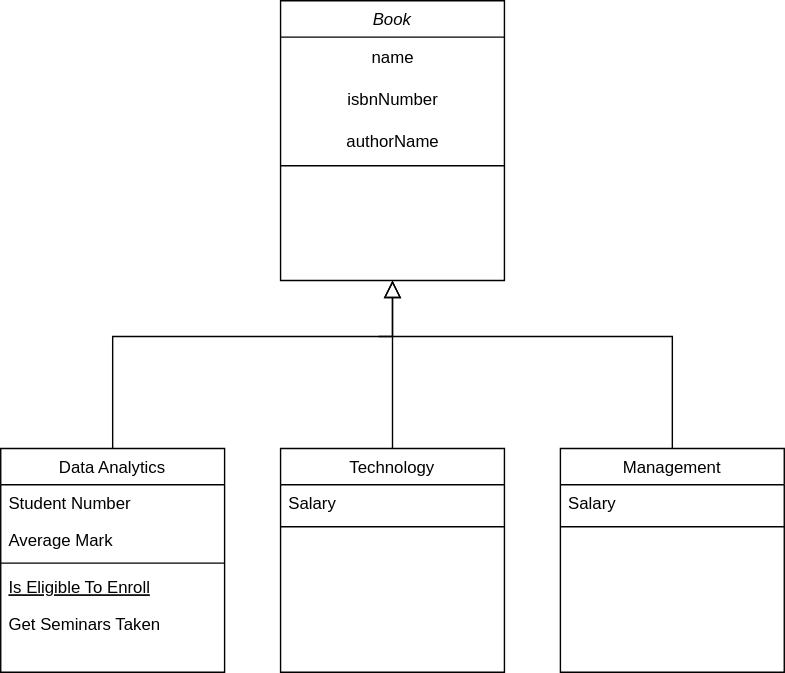
Earlier version of the draw.io export diagrams/Class Diagram.drawio.svg (basit-budroo/library-management-system). Source tidied: cells renumbered, new cells last; positions are measured from the earlier drawing's top-left corner, leaving out a move shared by most shapes.
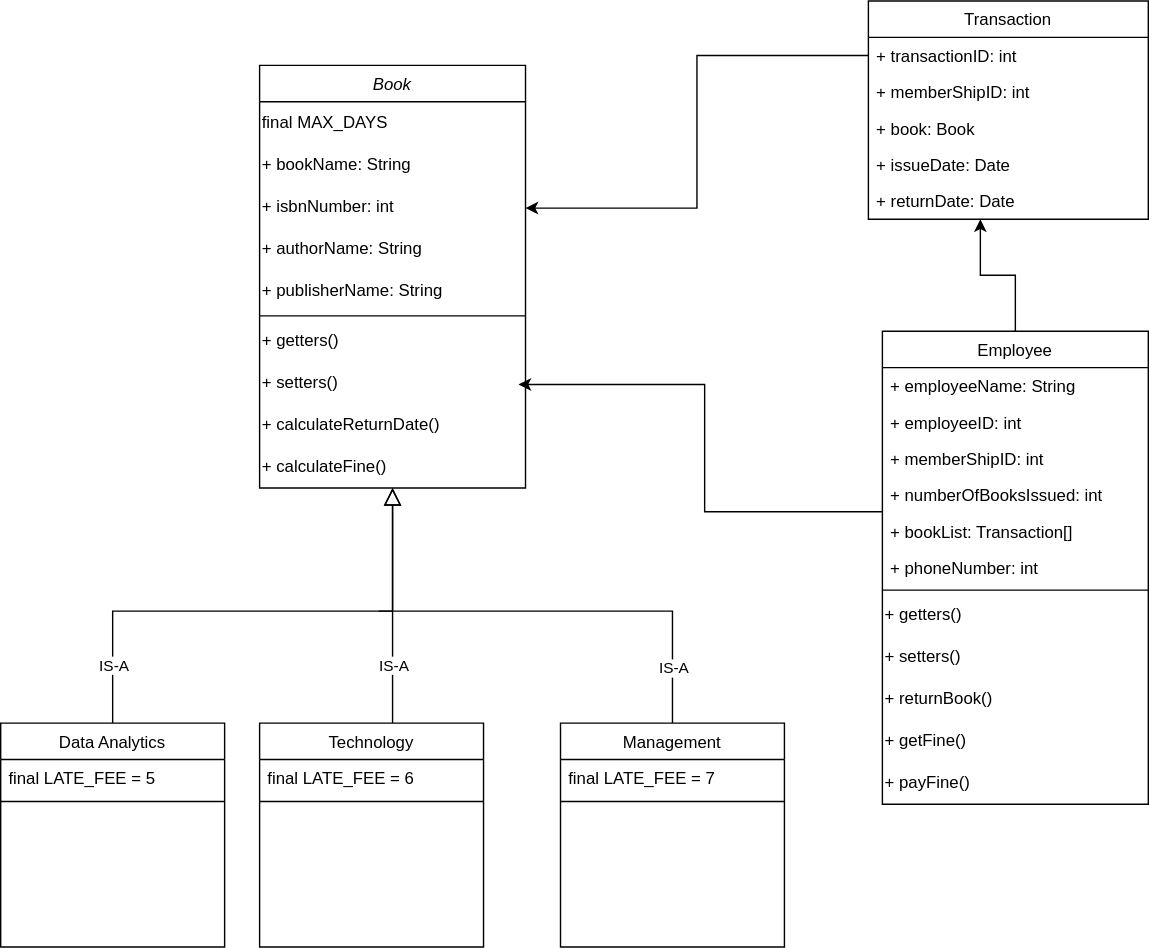
After the commit.

What changed in the source:
```diff
@@ -3,49 +3,64 @@
     <mxCell id="0" />
     <mxCell id="1" parent="0" />
     <mxCell id="2" value="Book" style="swimlane;fontStyle=2;align=center;verticalAlign=top;horizontal=1;startSize=26;rounded=0;shadow=0;strokeWidth=1;" parent="1" vertex="1">
-      <mxGeometry x="200" width="160" height="200" as="geometry" />
+      <mxGeometry x="185" y="-150" width="190" height="302" as="geometry" />
     </mxCell>
-    <mxCell id="3" value="name" style="text;html=1;align=center;verticalAlign=middle;strokeColor=none;fillColor=none;" parent="2" vertex="1">
-      <mxGeometry y="26" width="160" height="30" as="geometry" />
+    <mxCell id="3" value="final MAX_DAYS" style="text;html=1;align=left;verticalAlign=middle;strokeColor=none;fillColor=none;" parent="2" vertex="1">
+      <mxGeometry y="26" width="190" height="30" as="geometry" />
     </mxCell>
+    <mxCell id="22" value="+ bookName: String" style="text;html=1;align=left;verticalAlign=middle;strokeColor=none;fillColor=none;" parent="2" vertex="1">
+      <mxGeometry y="56" width="190" height="30" as="geometry" />
+    </mxCell>
-    <mxCell id="4" value="isbnNumber" style="text;html=1;align=center;verticalAlign=middle;points=[];strokeColor=none;fillColor=none;" parent="2" vertex="1">
-      <mxGeometry y="56" width="160" height="30" as="geometry" />
+    <mxCell id="4" value="+ isbnNumber: int" style="text;html=1;align=left;verticalAlign=middle;points=[];strokeColor=none;fillColor=none;" parent="2" vertex="1">
+      <mxGeometry y="86" width="190" height="30" as="geometry" />
     </mxCell>
-    <mxCell id="5" value="authorName" style="text;html=1;align=center;verticalAlign=middle;strokeColor=none;fillColor=none;" parent="2" vertex="1">
-      <mxGeometry y="86" width="160" height="30" as="geometry" />
+    <mxCell id="5" value="&lt;span style=&quot;&quot;&gt;+ authorName: String&lt;/span&gt;" style="text;html=1;align=left;verticalAlign=middle;strokeColor=none;fillColor=none;" parent="2" vertex="1">
+      <mxGeometry y="116" width="190" height="30" as="geometry" />
     </mxCell>
+    <mxCell id="23" value="&lt;span style=&quot;&quot;&gt;+ publisherName: String&lt;/span&gt;" style="text;html=1;align=left;verticalAlign=middle;strokeColor=none;fillColor=none;" parent="2" vertex="1">
+      <mxGeometry y="146" width="190" height="30" as="geometry" />
+    </mxCell>
     <mxCell id="6" style="line;html=1;strokeWidth=1;align=left;verticalAlign=middle;spacingTop=-1;spacingLeft=3;spacingRight=3;labelPosition=right;" parent="2" vertex="1">
-      <mxGeometry y="116" width="160" height="4" as="geometry" />
+      <mxGeometry y="176" width="190" height="6" as="geometry" />
     </mxCell>
+    <mxCell id="24" value="&lt;div style=&quot;&quot;&gt;&lt;span style=&quot;background-color: initial;&quot;&gt;+ getters()&lt;/span&gt;&lt;/div&gt;" style="text;html=1;align=left;verticalAlign=middle;strokeColor=none;fillColor=none;" parent="2" vertex="1">
+      <mxGeometry y="182" width="190" height="30" as="geometry" />
+    </mxCell>
+    <mxCell id="25" value="&lt;div style=&quot;&quot;&gt;&lt;span style=&quot;background-color: initial;&quot;&gt;+ setters()&lt;/span&gt;&lt;/div&gt;" style="text;html=1;align=left;verticalAlign=middle;strokeColor=none;fillColor=none;" parent="2" vertex="1">
+      <mxGeometry y="212" width="190" height="30" as="geometry" />
+    </mxCell>
+    <mxCell id="26" value="&lt;div style=&quot;&quot;&gt;&lt;span style=&quot;background-color: initial;&quot;&gt;+ calculateReturnDate()&lt;/span&gt;&lt;/div&gt;" style="text;html=1;align=left;verticalAlign=middle;strokeColor=none;fillColor=none;" parent="2" vertex="1">
+      <mxGeometry y="242" width="190" height="30" as="geometry" />
+    </mxCell>
+    <mxCell id="27" value="&lt;div style=&quot;&quot;&gt;&lt;span style=&quot;background-color: initial;&quot;&gt;+ calculateFine()&lt;/span&gt;&lt;/div&gt;" style="text;html=1;align=left;verticalAlign=middle;strokeColor=none;fillColor=none;" parent="2" vertex="1">
+      <mxGeometry y="272" width="190" height="30" as="geometry" />
+    </mxCell>
     <mxCell id="7" value="Data Analytics" style="swimlane;fontStyle=0;align=center;verticalAlign=top;horizontal=1;startSize=26;rounded=0;shadow=0;strokeWidth=1;" parent="1" vertex="1">
       <mxGeometry y="320" width="160" height="160" as="geometry" />
     </mxCell>
-    <mxCell id="8" value="Student Number" style="text;align=left;verticalAlign=top;spacingLeft=4;spacingRight=4;overflow=hidden;" parent="7" vertex="1">
+    <mxCell id="8" value="final LATE_FEE = 5" style="text;align=left;verticalAlign=top;spacingLeft=4;spacingRight=4;overflow=hidden;" parent="7" vertex="1">
       <mxGeometry y="26" width="160" height="26" as="geometry" />
     </mxCell>
-    <mxCell id="9" value="Average Mark" style="text;align=left;verticalAlign=top;spacingLeft=4;spacingRight=4;overflow=hidden;rounded=0;shadow=0;html=0;" parent="7" vertex="1">
-      <mxGeometry y="52" width="160" height="26" as="geometry" />
-    </mxCell>
     <mxCell id="10" style="line;html=1;strokeWidth=1;align=left;verticalAlign=middle;spacingTop=-1;spacingLeft=3;spacingRight=3;labelPosition=right;" parent="7" vertex="1">
-      <mxGeometry y="78" width="160" height="8" as="geometry" />
+      <mxGeometry y="52" width="160" height="8" as="geometry" />
     </mxCell>
-    <mxCell id="11" value="Is Eligible To Enroll" style="text;align=left;verticalAlign=top;spacingLeft=4;spacingRight=4;overflow=hidden;fontStyle=4;" parent="7" vertex="1">
-      <mxGeometry y="86" width="160" height="26" as="geometry" />
-    </mxCell>
-    <mxCell id="12" value="Get Seminars Taken" style="text;align=left;verticalAlign=top;spacingLeft=4;spacingRight=4;overflow=hidden;" parent="7" vertex="1">
-      <mxGeometry y="112" width="160" height="26" as="geometry" />
-    </mxCell>
     <mxCell id="13" style="endArrow=block;endSize=10;endFill=0;shadow=0;strokeWidth=1;rounded=0;edgeStyle=elbowEdgeStyle;elbow=vertical;" parent="1" edge="1" source="7" target="2">
       <mxGeometry relative="1" as="geometry">
         <Array as="points">
+          <mxPoint x="280" y="240" />
+          <mxPoint x="190" y="240" />
+          <mxPoint x="280" y="180" />
           <mxPoint x="180" y="240" />
         </Array>
       </mxGeometry>
     </mxCell>
+    <mxCell id="28" value="IS-A" style="edgeLabel;html=1;align=center;verticalAlign=middle;" parent="13" vertex="1">
+      <mxGeometry x="-0.77" relative="1" as="geometry" />
+    </mxCell>
     <mxCell id="14" value="Technology" style="swimlane;fontStyle=0;align=center;verticalAlign=top;horizontal=1;startSize=26;rounded=0;shadow=0;strokeWidth=1;" parent="1" vertex="1">
-      <mxGeometry x="200" y="320" width="160" height="160" as="geometry" />
+      <mxGeometry x="185" y="320" width="160" height="160" as="geometry" />
     </mxCell>
-    <mxCell id="15" value="Salary" style="text;align=left;verticalAlign=top;spacingLeft=4;spacingRight=4;overflow=hidden;" parent="14" vertex="1">
+    <mxCell id="15" value="final LATE_FEE = 6" style="text;align=left;verticalAlign=top;spacingLeft=4;spacingRight=4;overflow=hidden;" parent="14" vertex="1">
       <mxGeometry y="26" width="160" height="26" as="geometry" />
     </mxCell>
     <mxCell id="16" style="line;html=1;strokeWidth=1;align=left;verticalAlign=middle;spacingTop=-1;spacingLeft=3;spacingRight=3;labelPosition=right;" parent="14" vertex="1">
@@ -58,10 +73,15 @@
         </Array>
       </mxGeometry>
     </mxCell>
+    <mxCell id="29" value="IS-A" style="edgeLabel;html=1;align=center;verticalAlign=middle;" parent="17" vertex="1">
+      <mxGeometry x="-0.03" relative="1" as="geometry">
+        <mxPoint y="40" as="offset" />
+      </mxGeometry>
+    </mxCell>
     <mxCell id="18" value="Management" style="swimlane;fontStyle=0;align=center;verticalAlign=top;horizontal=1;startSize=26;rounded=0;shadow=0;strokeWidth=1;" parent="1" vertex="1">
       <mxGeometry x="400" y="320" width="160" height="160" as="geometry" />
     </mxCell>
-    <mxCell id="19" value="Salary" style="text;align=left;verticalAlign=top;spacingLeft=4;spacingRight=4;overflow=hidden;" parent="18" vertex="1">
+    <mxCell id="19" value="final LATE_FEE = 7" style="text;align=left;verticalAlign=top;spacingLeft=4;spacingRight=4;overflow=hidden;" parent="18" vertex="1">
       <mxGeometry y="26" width="160" height="26" as="geometry" />
     </mxCell>
     <mxCell id="20" style="line;html=1;strokeWidth=1;align=left;verticalAlign=middle;spacingTop=-1;spacingLeft=3;spacingRight=3;labelPosition=right;" parent="18" vertex="1">
@@ -75,5 +95,82 @@
         </Array>
       </mxGeometry>
     </mxCell>
+    <mxCell id="30" value="IS-A" style="edgeLabel;html=1;align=center;verticalAlign=middle;" parent="21" vertex="1">
+      <mxGeometry x="0.56" relative="1" as="geometry">
+        <mxPoint y="24" as="offset" />
+      </mxGeometry>
+    </mxCell>
+    <mxCell id="31" style="edgeStyle=orthogonalEdgeStyle;rounded=0;jettySize=auto;html=1;" parent="1" edge="1" source="33">
+      <mxGeometry relative="1" as="geometry">
+        <mxPoint x="370" y="78" as="targetPoint" />
+        <Array as="points">
+          <mxPoint x="503" y="169" />
+          <mxPoint x="503" y="78" />
+        </Array>
+      </mxGeometry>
+    </mxCell>
+    <mxCell id="32" style="edgeStyle=orthogonalEdgeStyle;rounded=0;jettySize=auto;html=1;entryX=0.4;entryY=1;entryDx=0;entryDy=0;entryPerimeter=0;" parent="1" edge="1" source="33" target="51">
+      <mxGeometry relative="1" as="geometry" />
+    </mxCell>
+    <mxCell id="33" value="Employee" style="swimlane;fontStyle=0;horizontal=1;startSize=26;fillColor=none;" parent="1" vertex="1">
+      <mxGeometry x="630" y="40" width="190" height="338" as="geometry" />
+    </mxCell>
+    <mxCell id="34" value="+ employeeName: String" style="text;strokeColor=none;fillColor=none;align=left;verticalAlign=top;spacingLeft=4;spacingRight=4;overflow=hidden;" parent="33" vertex="1">
+      <mxGeometry y="26" width="190" height="26" as="geometry" />
+    </mxCell>
+    <mxCell id="35" value="+ employeeID: int" style="text;strokeColor=none;fillColor=none;align=left;verticalAlign=top;spacingLeft=4;spacingRight=4;overflow=hidden;" parent="33" vertex="1">
+      <mxGeometry y="52" width="190" height="26" as="geometry" />
+    </mxCell>
+    <mxCell id="36" value="+ memberShipID: int" style="text;strokeColor=none;fillColor=none;align=left;verticalAlign=top;spacingLeft=4;spacingRight=4;overflow=hidden;" parent="33" vertex="1">
+      <mxGeometry y="78" width="190" height="26" as="geometry" />
+    </mxCell>
+    <mxCell id="37" value="+ numberOfBooksIssued: int" style="text;strokeColor=none;fillColor=none;align=left;verticalAlign=top;spacingLeft=4;spacingRight=4;overflow=hidden;" parent="33" vertex="1">
+      <mxGeometry y="104" width="190" height="26" as="geometry" />
+    </mxCell>
+    <mxCell id="38" value="+ bookList: Transaction[]" style="text;strokeColor=none;fillColor=none;align=left;verticalAlign=top;spacingLeft=4;spacingRight=4;overflow=hidden;" parent="33" vertex="1">
+      <mxGeometry y="130" width="190" height="26" as="geometry" />
+    </mxCell>
+    <mxCell id="39" value="+ phoneNumber: int" style="text;strokeColor=none;fillColor=none;align=left;verticalAlign=top;spacingLeft=4;spacingRight=4;overflow=hidden;" parent="33" vertex="1">
+      <mxGeometry y="156" width="190" height="26" as="geometry" />
+    </mxCell>
+    <mxCell id="40" style="line;html=1;strokeWidth=1;align=left;verticalAlign=middle;spacingTop=-1;spacingLeft=3;spacingRight=3;labelPosition=right;" parent="33" vertex="1">
+      <mxGeometry y="182" width="190" height="6" as="geometry" />
+    </mxCell>
+    <mxCell id="41" value="+ getters()" style="text;html=1;align=left;verticalAlign=middle;strokeColor=none;fillColor=none;" parent="33" vertex="1">
+      <mxGeometry y="188" width="190" height="30" as="geometry" />
+    </mxCell>
+    <mxCell id="42" value="+ setters()" style="text;html=1;align=left;verticalAlign=middle;strokeColor=none;fillColor=none;" parent="33" vertex="1">
+      <mxGeometry y="218" width="190" height="30" as="geometry" />
+    </mxCell>
+    <mxCell id="43" value="+ returnBook()" style="text;html=1;align=left;verticalAlign=middle;strokeColor=none;fillColor=none;" parent="33" vertex="1">
+      <mxGeometry y="248" width="190" height="30" as="geometry" />
+    </mxCell>
+    <mxCell id="44" value="+ getFine()" style="text;html=1;align=left;verticalAlign=middle;strokeColor=none;fillColor=none;" parent="33" vertex="1">
+      <mxGeometry y="278" width="190" height="30" as="geometry" />
+    </mxCell>
+    <mxCell id="45" value="+ payFine()" style="text;html=1;align=left;verticalAlign=middle;strokeColor=none;fillColor=none;" parent="33" vertex="1">
+      <mxGeometry y="308" width="190" height="30" as="geometry" />
+    </mxCell>
+    <mxCell id="46" value="Transaction" style="swimlane;fontStyle=0;horizontal=1;startSize=26;fillColor=none;" parent="1" vertex="1">
+      <mxGeometry x="620" y="-196" width="200" height="156" as="geometry" />
+    </mxCell>
+    <mxCell id="47" value="+ transactionID: int" style="text;strokeColor=none;fillColor=none;align=left;verticalAlign=top;spacingLeft=4;spacingRight=4;overflow=hidden;points=[[0,0.5],[1,0.5]];portConstraint=eastwest;" parent="46" vertex="1">
+      <mxGeometry y="26" width="200" height="26" as="geometry" />
+    </mxCell>
+    <mxCell id="48" value="+ memberShipID: int" style="text;strokeColor=none;fillColor=none;align=left;verticalAlign=top;spacingLeft=4;spacingRight=4;overflow=hidden;" parent="46" vertex="1">
+      <mxGeometry y="52" width="200" height="26" as="geometry" />
+    </mxCell>
+    <mxCell id="49" value="+ book: Book" style="text;strokeColor=none;fillColor=none;align=left;verticalAlign=top;spacingLeft=4;spacingRight=4;overflow=hidden;" parent="46" vertex="1">
+      <mxGeometry y="78" width="200" height="26" as="geometry" />
+    </mxCell>
+    <mxCell id="50" value="+ issueDate: Date" style="text;strokeColor=none;fillColor=none;align=left;verticalAlign=top;spacingLeft=4;spacingRight=4;overflow=hidden;" parent="46" vertex="1">
+      <mxGeometry y="104" width="200" height="26" as="geometry" />
+    </mxCell>
+    <mxCell id="51" value="+ returnDate: Date" style="text;strokeColor=none;fillColor=none;align=left;verticalAlign=top;spacingLeft=4;spacingRight=4;overflow=hidden;points=[[0,0.5],[1,0.5]];portConstraint=eastwest;" parent="46" vertex="1">
+      <mxGeometry y="130" width="200" height="26" as="geometry" />
+    </mxCell>
+    <mxCell id="52" style="edgeStyle=orthogonalEdgeStyle;rounded=0;jettySize=auto;html=1;entryX=1;entryY=0.533;entryDx=0;entryDy=0;entryPerimeter=0;" parent="1" edge="1" source="47" target="4">
+      <mxGeometry relative="1" as="geometry" />
+    </mxCell>
   </root>
 </mxGraphModel>
```
